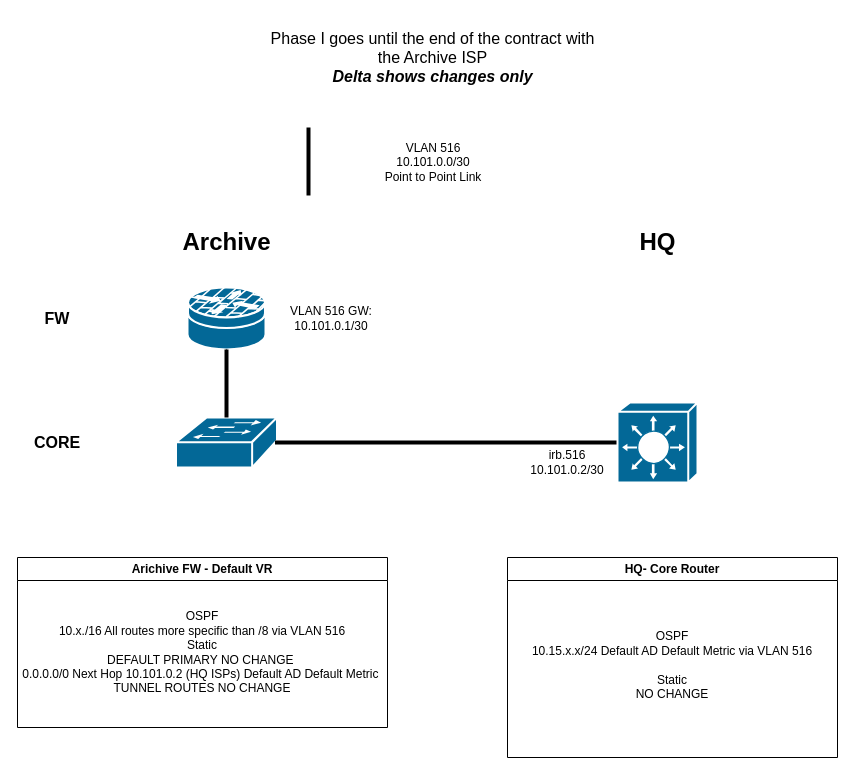
Above: page "Delta Phase I" (2 of 2) of Archive.drawio in adamrt918/Diagram (draw.io), before the change. Source tidied: cells renumbered, new cells numbered last; positions are measured from the earlier drawing's top-left corner, leaving out a move shared by most shapes. Both pictures are drawn from the tidied source at 100%, with x=0, y=0 at pixel (17, 17).
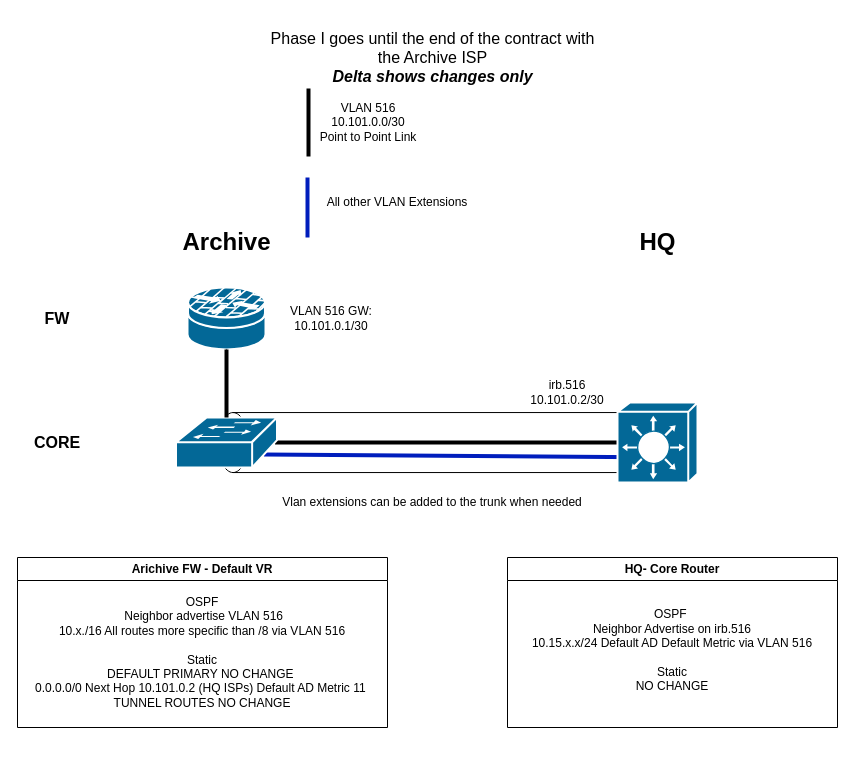
Above is the later version.

The change refers to these unchanged cells:
```xml
<mxCell id="4" style="shape=mxgraph.cisco.switches.workgroup_switch;sketch=0;html=1;dashed=0;fillColor=#036897;strokeColor=#ffffff;strokeWidth=2;verticalLabelPosition=bottom;verticalAlign=top;align=center;outlineConnect=0;" parent="1" vertex="1">
  <mxGeometry x="158.5" y="400" width="101" height="50" as="geometry" />
</mxCell>
<mxCell id="9" value="Arichive FW - Default VR" style="swimlane;whiteSpace=wrap;html=1;" parent="1" vertex="1">
  <mxGeometry y="540" width="370" height="170" as="geometry" />
</mxCell>
<mxCell id="20" style="shape=mxgraph.cisco.switches.layer_3_switch;sketch=0;html=1;dashed=0;fillColor=#036897;strokeColor=#ffffff;strokeWidth=2;verticalLabelPosition=bottom;verticalAlign=top;align=center;outlineConnect=0;" parent="1" vertex="1">
  <mxGeometry x="600" y="385" width="80" height="80" as="geometry" />
</mxCell>
```

Diff of the diagram source:
```diff
@@
+    <mxCell id="21" style="shape=cylinder3;whiteSpace=wrap;html=1;boundedLbl=1;backgroundOutline=1;size=15;rotation=-90;" parent="1" vertex="1">
+      <mxGeometry x="391.8" y="203.8" width="60" height="442.5" as="geometry" />
+    </mxCell>
+    <mxCell id="22" style="endArrow=none;html=1;rounded=0;exitX=0.87;exitY=0.74;exitDx=0;exitDy=0;exitPerimeter=0;strokeWidth=4;strokeColor=#001DBC;fillColor=#0050ef;" parent="1" edge="1" source="4">
+      <mxGeometry relative="1" as="geometry">
+        <mxPoint x="660" y="440" as="targetPoint" />
+      </mxGeometry>
+    </mxCell>
+    <mxCell id="12" style="endArrow=none;html=1;rounded=0;exitX=0.98;exitY=0.5;exitDx=0;exitDy=0;exitPerimeter=0;entryX=0;entryY=0.5;entryDx=0;entryDy=0;entryPerimeter=0;strokeWidth=4;strokeColor=light-dark(#000000,#FFFF33);" parent="1" edge="1" source="4" target="20">
+      <mxGeometry relative="1" as="geometry" />
+    </mxCell>
@@
-    <mxCell id="10" value="&lt;div&gt;OSPF&lt;/div&gt;&lt;div&gt;10.x./16 All routes more specific than /8 via VLAN 516&lt;/div&gt;&lt;div&gt;Static&lt;/div&gt;&lt;div&gt;&lt;span style=&quot;background-color: transparent; color: light-dark(rgb(0, 0, 0), rgb(255, 255, 255));&quot;&gt;DEFAULT PRIMARY NO CHANGE&amp;nbsp;&lt;/span&gt;&lt;/div&gt;&lt;div&gt;&lt;span style=&quot;background-color: transparent; color: light-dark(rgb(0, 0, 0), rgb(255, 255, 255));&quot;&gt;0.0.0.0/0 Next Hop 10.101.0.2 (HQ ISPs) Default AD Default Metric&amp;nbsp;&lt;/span&gt;&lt;/div&gt;TUNNEL ROUTES NO CHANGE" style="text;html=1;whiteSpace=wrap;strokeColor=none;fillColor=none;align=center;verticalAlign=middle;rounded=0;" parent="9" vertex="1">
+    <mxCell id="10" value="&lt;div&gt;OSPF&lt;/div&gt;&lt;div&gt;&amp;nbsp;Neighbor advertise VLAN 516&lt;/div&gt;&lt;div&gt;10.x./16 All routes more specific than /8 via VLAN 516&lt;/div&gt;&lt;div&gt;&lt;br&gt;&lt;/div&gt;&lt;div&gt;Static&lt;/div&gt;&lt;div&gt;&lt;span style=&quot;background-color: transparent; color: light-dark(rgb(0, 0, 0), rgb(255, 255, 255));&quot;&gt;DEFAULT PRIMARY NO CHANGE&amp;nbsp;&lt;/span&gt;&lt;/div&gt;&lt;div&gt;&lt;span style=&quot;background-color: transparent; color: light-dark(rgb(0, 0, 0), rgb(255, 255, 255));&quot;&gt;0.0.0.0/0 Next Hop 10.101.0.2 (HQ ISPs) Default AD Metric 11&amp;nbsp;&lt;/span&gt;&lt;/div&gt;TUNNEL ROUTES NO CHANGE" style="text;html=1;whiteSpace=wrap;strokeColor=none;fillColor=none;align=center;verticalAlign=middle;rounded=0;" parent="9" vertex="1">
       <mxGeometry y="20" width="370" height="150" as="geometry" />
     </mxCell>
@@
-    <mxCell id="12" style="endArrow=none;html=1;rounded=0;exitX=0.98;exitY=0.5;exitDx=0;exitDy=0;exitPerimeter=0;entryX=0;entryY=0.5;entryDx=0;entryDy=0;entryPerimeter=0;strokeWidth=4;strokeColor=light-dark(#000000,#FFFF33);" parent="1" edge="1" source="4" target="20">
-      <mxGeometry relative="1" as="geometry" />
-    </mxCell>
@@
     <mxCell id="14" style="endArrow=none;html=1;rounded=0;exitX=0.5;exitY=0;exitDx=0;exitDy=0;exitPerimeter=0;entryX=0.5;entryY=1;entryDx=0;entryDy=0;entryPerimeter=0;strokeWidth=4;strokeColor=light-dark(#000000,#FFFF33);" parent="1" edge="1">
       <mxGeometry relative="1" as="geometry">
-        <mxPoint x="291" y="178" as="sourcePoint" />
-        <mxPoint x="291" y="110" as="targetPoint" />
+        <mxPoint x="291" y="139" as="sourcePoint" />
+        <mxPoint x="291" y="71" as="targetPoint" />
       </mxGeometry>
     </mxCell>
     <mxCell id="15" value="VLAN 516&lt;div&gt;10.101.0.0/30&lt;br&gt;Point to Point Link&lt;/div&gt;" style="text;html=1;whiteSpace=wrap;strokeColor=none;fillColor=none;align=center;verticalAlign=middle;rounded=0;" parent="1" vertex="1">
-      <mxGeometry x="289.5" y="120" width="252" height="50" as="geometry" />
+      <mxGeometry x="290" y="80" width="121.5" height="50" as="geometry" />
     </mxCell>
@@
     <mxCell id="17" value="irb.516&lt;div&gt;10.101.0.2/30&lt;/div&gt;" style="text;html=1;whiteSpace=wrap;strokeColor=none;fillColor=none;align=center;verticalAlign=middle;rounded=0;" parent="1" vertex="1">
-      <mxGeometry x="490" y="430" width="120" height="30" as="geometry" />
+      <mxGeometry x="490" y="360" width="120" height="30" as="geometry" />
     </mxCell>
     <mxCell id="18" value="HQ- Core Router" style="swimlane;whiteSpace=wrap;html=1;" parent="1" vertex="1">
-      <mxGeometry x="490" y="540" width="330" height="200" as="geometry" />
+      <mxGeometry x="490" y="540" width="330" height="170" as="geometry" />
     </mxCell>
-    <mxCell id="19" value="&lt;div&gt;OSPF&lt;/div&gt;&lt;div&gt;&lt;div&gt;&lt;span style=&quot;background-color: transparent; color: light-dark(rgb(0, 0, 0), rgb(255, 255, 255));&quot;&gt;10.15.x.x/24 Default AD Default Metric via VLAN 516&lt;/span&gt;&lt;/div&gt;&lt;/div&gt;&lt;div&gt;&lt;span style=&quot;background-color: transparent; color: light-dark(rgb(0, 0, 0), rgb(255, 255, 255));&quot;&gt;&lt;br&gt;&lt;/span&gt;&lt;/div&gt;Static &lt;br&gt;NO CHANGE&lt;div&gt;&lt;br&gt;&lt;/div&gt;" style="text;html=1;whiteSpace=wrap;strokeColor=none;fillColor=none;align=center;verticalAlign=middle;rounded=0;" parent="18" vertex="1">
-      <mxGeometry y="30" width="330" height="170" as="geometry" />
+    <mxCell id="19" value="&lt;div&gt;OSPF&amp;nbsp;&lt;/div&gt;&lt;div&gt;Neighbor Advertise on irb.516&lt;/div&gt;&lt;div&gt;&lt;div&gt;&lt;span style=&quot;background-color: transparent; color: light-dark(rgb(0, 0, 0), rgb(255, 255, 255));&quot;&gt;10.15.x.x/24 Default AD Default Metric via VLAN 516&lt;/span&gt;&lt;/div&gt;&lt;/div&gt;&lt;div&gt;&lt;span style=&quot;background-color: transparent; color: light-dark(rgb(0, 0, 0), rgb(255, 255, 255));&quot;&gt;&lt;br&gt;&lt;/span&gt;&lt;/div&gt;Static &lt;br&gt;NO CHANGE&lt;div&gt;&lt;br&gt;&lt;/div&gt;" style="text;html=1;whiteSpace=wrap;strokeColor=none;fillColor=none;align=center;verticalAlign=middle;rounded=0;" parent="18" vertex="1">
+      <mxGeometry y="30" width="330" height="140" as="geometry" />
     </mxCell>
@@
+    <mxCell id="23" value="Vlan extensions can be added to the trunk when needed" style="text;html=1;whiteSpace=wrap;strokeColor=none;fillColor=none;align=center;verticalAlign=middle;rounded=0;" parent="1" vertex="1">
+      <mxGeometry x="205" y="470" width="420" height="30" as="geometry" />
+    </mxCell>
+    <mxCell id="24" style="endArrow=none;html=1;rounded=0;exitX=0.87;exitY=0.74;exitDx=0;exitDy=0;exitPerimeter=0;strokeWidth=4;strokeColor=#001DBC;fillColor=#0050ef;" parent="1" edge="1">
+      <mxGeometry relative="1" as="geometry">
+        <mxPoint x="290" y="220" as="sourcePoint" />
+        <mxPoint x="290" y="160" as="targetPoint" />
+      </mxGeometry>
+    </mxCell>
+    <mxCell id="25" value="All other VLAN Extensions" style="text;html=1;whiteSpace=wrap;strokeColor=none;fillColor=none;align=center;verticalAlign=middle;rounded=0;" parent="1" vertex="1">
+      <mxGeometry x="300" y="170" width="160" height="30" as="geometry" />
+    </mxCell>
```
